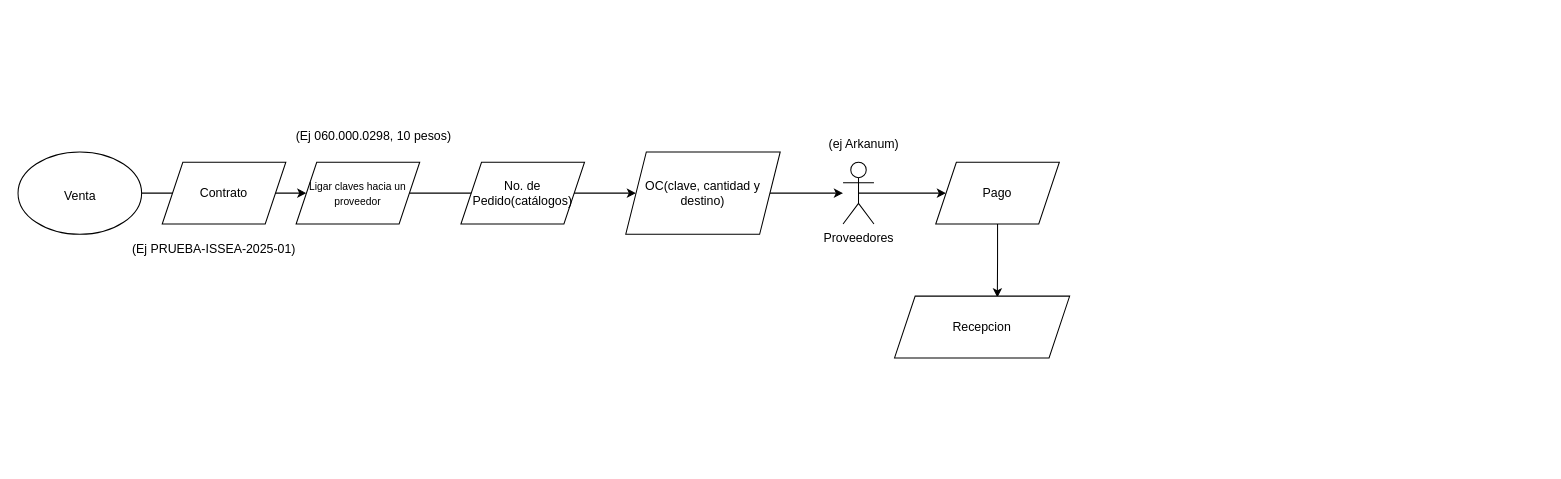
The draw.io diagram FlujoWms.drawio in ErnestoDanielTafoyaMolinaCYM/clases-cat-cym, before the edit. Source tidied: cells renumbered, new cells numbered last; positions are measured from the earlier drawing's top-left corner, leaving out a move shared by most shapes. Both pictures are drawn from the tidied source at 103%, with x=0, y=0 at pixel (18, 121).
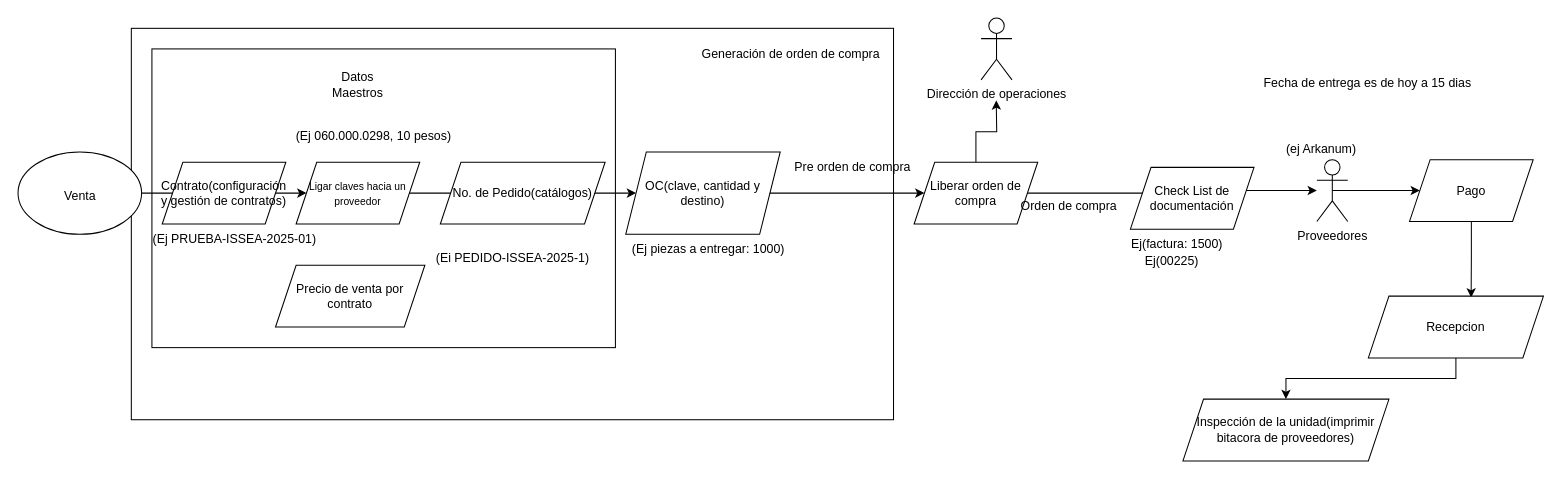
Above is the later version.

Unchanged cells that the change refers to:
```xml
<mxCell id="6" value="OC(clave, cantidad y destino)" style="shape=parallelogram;perimeter=parallelogramPerimeter;whiteSpace=wrap;html=1;fixedSize=1;" parent="1" vertex="1">
  <mxGeometry x="590" y="30" width="150" height="80" as="geometry" />
</mxCell>
```

The edit, as a diff of the source:
```diff
@@
+    <mxCell id="19" style="rounded=0;whiteSpace=wrap;html=1;" parent="1" vertex="1">
+      <mxGeometry x="110" y="-90" width="740" height="380" as="geometry" />
+    </mxCell>
+    <mxCell id="20" style="rounded=0;whiteSpace=wrap;html=1;" parent="1" vertex="1">
+      <mxGeometry x="130" y="-70" width="450" height="290" as="geometry" />
+    </mxCell>
@@
-    <mxCell id="5" style="edgeStyle=orthogonalEdgeStyle;rounded=0;jettySize=auto;html=1;exitX=1;exitY=0.5;exitDx=0;exitDy=0;" parent="1" edge="1" source="6" target="8">
+    <mxCell id="5" style="edgeStyle=orthogonalEdgeStyle;rounded=0;jettySize=auto;html=1;exitX=1;exitY=0.5;exitDx=0;exitDy=0;" parent="1" edge="1" source="31" target="8">
       <mxGeometry relative="1" as="geometry" />
     </mxCell>
@@
     <mxCell id="8" value="Proveedores" style="shape=umlActor;verticalLabelPosition=bottom;verticalAlign=top;html=1;outlineConnect=0;" parent="1" vertex="1">
-      <mxGeometry x="801" y="40" width="30" height="60" as="geometry" />
+      <mxGeometry x="1261" y="37.5" width="30" height="60" as="geometry" />
     </mxCell>
@@
     <mxCell id="10" value="Pago" style="shape=parallelogram;perimeter=parallelogramPerimeter;whiteSpace=wrap;html=1;fixedSize=1;" parent="1" vertex="1">
-      <mxGeometry x="891" y="40" width="120" height="60" as="geometry" />
+      <mxGeometry x="1351" y="37.5" width="120" height="60" as="geometry" />
     </mxCell>
+    <mxCell id="21" style="edgeStyle=orthogonalEdgeStyle;rounded=0;jettySize=auto;html=1;exitX=0.5;exitY=1;exitDx=0;exitDy=0;" parent="1" edge="1" source="11" target="35">
+      <mxGeometry relative="1" as="geometry" />
+    </mxCell>
     <mxCell id="11" value="Recepcion" style="shape=parallelogram;perimeter=parallelogramPerimeter;whiteSpace=wrap;html=1;fixedSize=1;" parent="1" vertex="1">
-      <mxGeometry x="851" y="170" width="170" height="60" as="geometry" />
+      <mxGeometry x="1311" y="170" width="170" height="60" as="geometry" />
     </mxCell>
     <mxCell id="12" value="(ej Arkanum)" style="text;html=1;align=center;verticalAlign=middle;strokeColor=none;fillColor=none;" parent="1" vertex="1">
-      <mxGeometry x="776" y="8" width="90" height="30" as="geometry" />
+      <mxGeometry x="1220" y="12.5" width="90" height="30" as="geometry" />
     </mxCell>
@@
-    <mxCell id="15" value="Contrato" style="shape=parallelogram;perimeter=parallelogramPerimeter;whiteSpace=wrap;html=1;fixedSize=1;" parent="1" vertex="1">
+    <mxCell id="15" value="Contrato(configuración y gestión de contratos)" style="shape=parallelogram;perimeter=parallelogramPerimeter;whiteSpace=wrap;html=1;fixedSize=1;" parent="1" vertex="1">
       <mxGeometry x="140" y="40" width="120" height="60" as="geometry" />
     </mxCell>
@@
     <mxCell id="17" value="(Ej PRUEBA-ISSEA-2025-01&lt;span style=&quot;background-color: transparent; color: light-dark(rgb(0, 0, 0), rgb(255, 255, 255));&quot;&gt;)&lt;/span&gt;" style="text;html=1;align=center;verticalAlign=middle;strokeColor=none;fillColor=none;" parent="1" vertex="1">
-      <mxGeometry x="100" y="110" width="180" height="30" as="geometry" />
+      <mxGeometry x="120" y="100" width="180" height="30" as="geometry" />
     </mxCell>
     <mxCell id="18" value="No. de Pedido(catálogos)" style="shape=parallelogram;perimeter=parallelogramPerimeter;whiteSpace=wrap;html=1;fixedSize=1;" parent="1" vertex="1">
-      <mxGeometry x="430" y="40" width="120" height="60" as="geometry" />
+      <mxGeometry x="410" y="40" width="160" height="60" as="geometry" />
     </mxCell>
+    <mxCell id="22" value="(Ei PEDIDO-ISSEA-2025-1)" style="text;html=1;align=center;verticalAlign=middle;strokeColor=none;fillColor=none;" parent="1" vertex="1">
+      <mxGeometry x="395" y="118" width="170" height="30" as="geometry" />
+    </mxCell>
+    <mxCell id="23" value="Datos Maestros" style="text;html=1;align=center;verticalAlign=middle;whiteSpace=wrap;rounded=0;" parent="1" vertex="1">
+      <mxGeometry x="300" y="-50" width="60" height="30" as="geometry" />
+    </mxCell>
+    <mxCell id="24" value="(Ej piezas a entregar: 1000)" style="text;html=1;align=center;verticalAlign=middle;strokeColor=none;fillColor=none;" parent="1" vertex="1">
+      <mxGeometry x="585" y="110" width="170" height="30" as="geometry" />
+    </mxCell>
+    <mxCell id="25" value="Precio de venta por contrato" style="shape=parallelogram;perimeter=parallelogramPerimeter;whiteSpace=wrap;html=1;fixedSize=1;" parent="1" vertex="1">
+      <mxGeometry x="250" y="140" width="145" height="60" as="geometry" />
+    </mxCell>
+    <mxCell id="26" value="Pre orden de compra" style="text;html=1;align=center;verticalAlign=middle;strokeColor=none;fillColor=none;" parent="1" vertex="1">
+      <mxGeometry x="740" y="30" width="140" height="30" as="geometry" />
+    </mxCell>
+    <mxCell id="27" value="Generación de orden de compra" style="text;html=1;align=center;verticalAlign=middle;strokeColor=none;fillColor=none;" parent="1" vertex="1">
+      <mxGeometry x="650" y="-80" width="200" height="30" as="geometry" />
+    </mxCell>
+    <mxCell id="28" style="edgeStyle=orthogonalEdgeStyle;rounded=0;jettySize=auto;html=1;exitX=0.5;exitY=0;exitDx=0;exitDy=0;" parent="1" edge="1" source="31">
+      <mxGeometry relative="1" as="geometry">
+        <mxPoint x="949.7" y="-20" as="targetPoint" />
+      </mxGeometry>
+    </mxCell>
+    <mxCell id="29" value="Dirección de operaciones" style="shape=umlActor;verticalLabelPosition=bottom;verticalAlign=top;html=1;" parent="1" vertex="1">
+      <mxGeometry x="935" y="-100" width="30" height="60" as="geometry" />
+    </mxCell>
+    <mxCell id="30" style="edgeStyle=orthogonalEdgeStyle;rounded=0;jettySize=auto;html=1;exitX=1;exitY=0.5;exitDx=0;exitDy=0;" parent="1" edge="1" source="6" target="31">
+      <mxGeometry relative="1" as="geometry" />
+    </mxCell>
+    <mxCell id="31" value="Liberar orden de compra" style="shape=parallelogram;perimeter=parallelogramPerimeter;whiteSpace=wrap;html=1;fixedSize=1;" parent="1" vertex="1">
+      <mxGeometry x="870" y="40" width="120" height="60" as="geometry" />
+    </mxCell>
+    <mxCell id="32" value="Orden de compra" style="text;html=1;align=center;verticalAlign=middle;strokeColor=none;fillColor=none;" parent="1" vertex="1">
+      <mxGeometry x="960" y="68" width="120" height="30" as="geometry" />
+    </mxCell>
+    <mxCell id="33" value="Check List de documentación" style="shape=parallelogram;perimeter=parallelogramPerimeter;whiteSpace=wrap;html=1;fixedSize=1;" parent="1" vertex="1">
+      <mxGeometry x="1080" y="45" width="120" height="60" as="geometry" />
+    </mxCell>
+    <mxCell id="34" value="Ej(factura: 1500)" style="text;html=1;align=center;verticalAlign=middle;strokeColor=none;fillColor=none;" parent="1" vertex="1">
+      <mxGeometry x="1070" y="105" width="110" height="30" as="geometry" />
+    </mxCell>
+    <mxCell id="35" value="Inspección de la unidad(imprimir bitacora de proveedores)" style="shape=parallelogram;perimeter=parallelogramPerimeter;whiteSpace=wrap;html=1;fixedSize=1;" parent="1" vertex="1">
+      <mxGeometry x="1131" y="270" width="200" height="60" as="geometry" />
+    </mxCell>
+    <mxCell id="36" value="Ej(00225)&lt;div&gt;&lt;br&gt;&lt;/div&gt;" style="text;html=1;align=center;verticalAlign=middle;strokeColor=none;fillColor=none;" parent="1" vertex="1">
+      <mxGeometry x="1080" y="123" width="80" height="40" as="geometry" />
+    </mxCell>
+    <mxCell id="37" value="Fecha de entrega es de hoy a 15 dias" style="text;html=1;align=center;verticalAlign=middle;strokeColor=none;fillColor=none;" parent="1" vertex="1">
+      <mxGeometry x="1200" y="-52" width="220" height="30" as="geometry" />
+    </mxCell>
```
